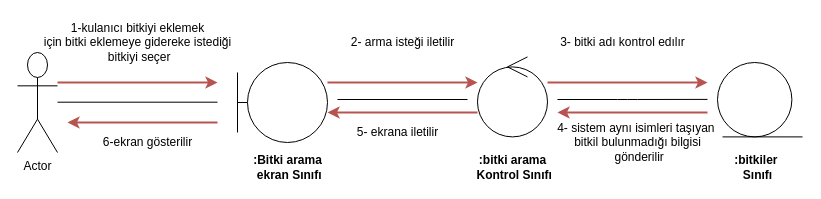
The draw.io diagram proje3/Untitled Diagram.drawio in SuleymanKabayel/Odev2, before the edit. Source tidied: cells renumbered, new cells numbered last; positions are measured from the earlier drawing's top-left corner, leaving out a move shared by most shapes. Both pictures are drawn from the tidied source at 100%, with x=0, y=0 at pixel (17, 17).
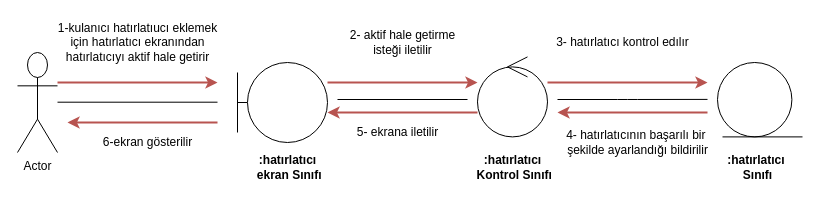
Above is the later version.

The edit, as a diff of the source:
```diff
@@
-    <mxCell id="20" value=":Bitki arama&lt;br&gt;&amp;nbsp;ekran Sınıfı" style="text;html=1;align=center;verticalAlign=middle;fillColor=none;strokeColor=none;rounded=0;fontStyle=1;" parent="1" vertex="1">
+    <mxCell id="20" value=":hatırlatıcı&lt;br&gt;&amp;nbsp;ekran Sınıfı" style="text;html=1;align=center;verticalAlign=middle;fillColor=none;strokeColor=none;rounded=0;fontStyle=1;" parent="1" vertex="1">
       <mxGeometry x="230" y="135" width="80" height="30" as="geometry" />
     </mxCell>
-    <mxCell id="21" value=":bitki arama&lt;br&gt;&amp;nbsp;Kontrol Sınıfı" style="text;html=1;align=center;verticalAlign=middle;fillColor=none;strokeColor=none;rounded=0;fontStyle=1;" parent="1" vertex="1">
+    <mxCell id="21" value=":hatırlatıcı&lt;br&gt;&amp;nbsp;Kontrol Sınıfı" style="text;html=1;align=center;verticalAlign=middle;fillColor=none;strokeColor=none;rounded=0;fontStyle=1;" parent="1" vertex="1">
       <mxGeometry x="450" y="135" width="90" height="30" as="geometry" />
     </mxCell>
-    <mxCell id="22" value=":bitkiler&amp;nbsp;&lt;br&gt;Sınıfı" style="text;html=1;align=center;verticalAlign=middle;fillColor=none;strokeColor=none;rounded=0;fontStyle=1;" parent="1" vertex="1">
-      <mxGeometry x="710" y="135" width="60" height="30" as="geometry" />
+    <mxCell id="22" value=":hatırlatıcı&amp;nbsp;&lt;br&gt;Sınıfı" style="text;html=1;align=center;verticalAlign=middle;fillColor=none;strokeColor=none;rounded=0;fontStyle=1;" parent="1" vertex="1">
+      <mxGeometry x="700" y="135" width="80" height="30" as="geometry" />
     </mxCell>
-    <mxCell id="23" value="1-kulanıcı bitkiyi eklemek&lt;br&gt;için bitki eklemeye gidereke istediği&lt;br&gt;&amp;nbsp;bitkiyi seçer" style="text;html=1;align=center;verticalAlign=middle;fillColor=none;strokeColor=none;rounded=0;" parent="1" vertex="1">
-      <mxGeometry x="20" width="200" height="50" as="geometry" />
+    <mxCell id="23" value="1-kulanıcı hatırlatıucı eklemek&lt;br&gt;için hatırlatıcı ekranından&lt;br&gt;hatırlatıcıyı aktif hale getirir" style="text;html=1;align=center;verticalAlign=middle;fillColor=none;strokeColor=none;rounded=0;" parent="1" vertex="1">
+      <mxGeometry x="35" width="170" height="50" as="geometry" />
     </mxCell>
-    <mxCell id="24" value="2- arma isteği iletilir" style="text;html=1;align=center;verticalAlign=middle;fillColor=none;strokeColor=none;rounded=0;" parent="1" vertex="1">
-      <mxGeometry x="325" y="15" width="120" height="20" as="geometry" />
+    <mxCell id="24" value="2- aktif hale getirme&lt;br&gt;isteği iletilir" style="text;html=1;align=center;verticalAlign=middle;fillColor=none;strokeColor=none;rounded=0;" parent="1" vertex="1">
+      <mxGeometry x="325" y="10" width="120" height="30" as="geometry" />
     </mxCell>
-    <mxCell id="25" value="3- bitki adı kontrol edılır" style="text;html=1;align=center;verticalAlign=middle;fillColor=none;strokeColor=none;rounded=0;" parent="1" vertex="1">
-      <mxGeometry x="535" y="15" width="140" height="20" as="geometry" />
+    <mxCell id="25" value="3- hatırlatıcı kontrol edılır" style="text;html=1;align=center;verticalAlign=middle;fillColor=none;strokeColor=none;rounded=0;" parent="1" vertex="1">
+      <mxGeometry x="530" y="15" width="150" height="20" as="geometry" />
     </mxCell>
-    <mxCell id="26" value="4- sistem aynı isimleri taşıyan&amp;nbsp;&lt;br&gt;bitkil bulunmadığı bilgisi&lt;br&gt;&amp;nbsp;gönderilir" style="text;html=1;align=center;verticalAlign=middle;fillColor=none;strokeColor=none;rounded=0;" parent="1" vertex="1">
-      <mxGeometry x="530" y="100" width="180" height="50" as="geometry" />
+    <mxCell id="26" value="4- hatırlatıcının başarılı bir&amp;nbsp;&lt;br&gt;şekilde ayarlandığı bildirilir" style="text;html=1;align=center;verticalAlign=middle;fillColor=none;strokeColor=none;rounded=0;" parent="1" vertex="1">
+      <mxGeometry x="540" y="110" width="160" height="30" as="geometry" />
     </mxCell>
```
